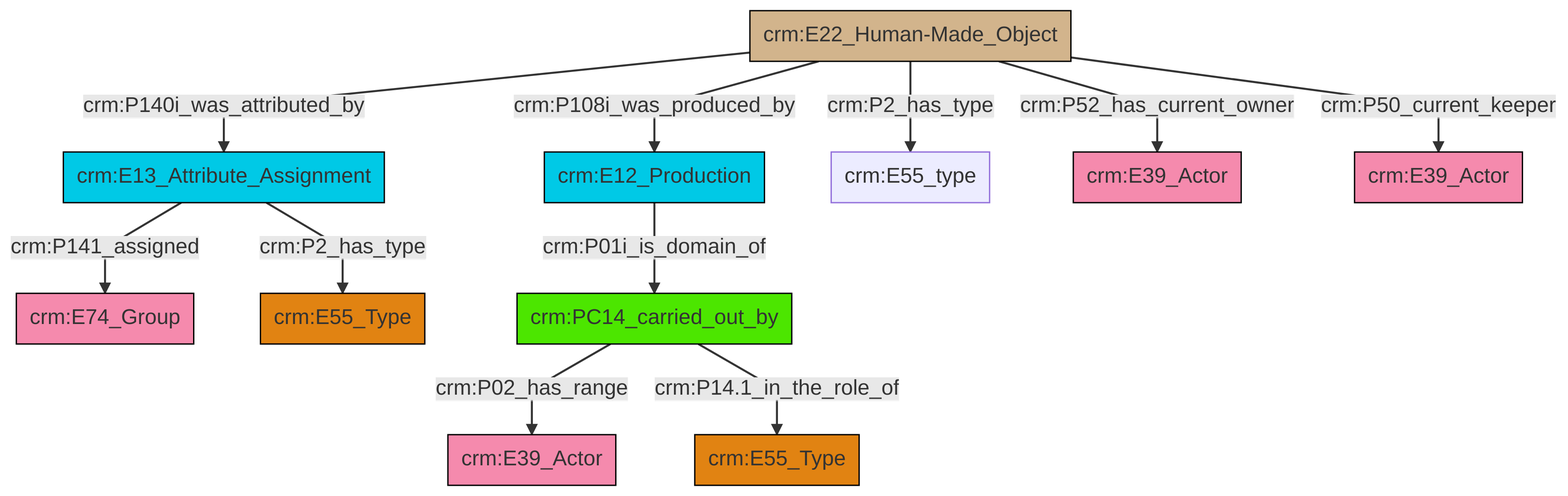
This is et/artworkCSV/ttl/mmd/png/Artwork_Actor_Relations.png from swiss-art-research-net/docs.swissartresearch, a Mermaid export, as it was before one commit. Its source is kept beside it as et/artworkCSV/ttl/mmd/Artwork_Actor_Relations.ttl.mmd.
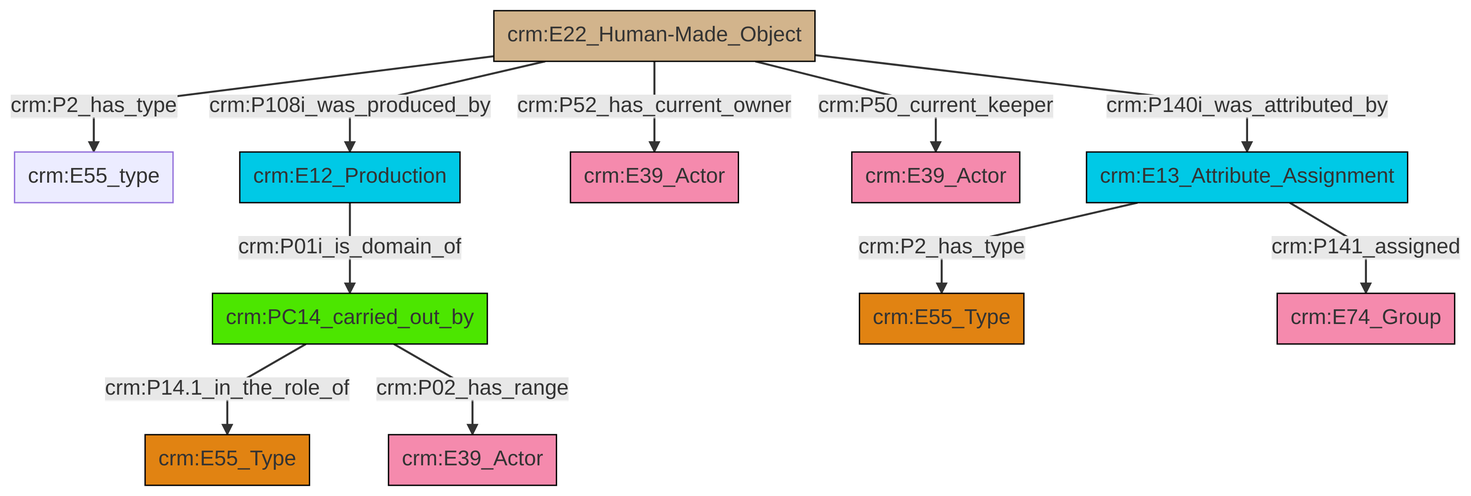
The same file after the commit.

The edit, as a diff of the source:
```diff
@@ -13,13 +13,13 @@
 classDef PC_Classes fill:#4ce600, stroke:#000000;
 classDef Multi fill:#cccccc,stroke:#000000;
 
-2["crm:E22_Human-Made_Object"]:::Physical_Thing -->|crm:P140i_was_attributed_by| 4["crm:E13_Attribute_Assignment"]:::Temporal_Entity
-2["crm:E22_Human-Made_Object"]:::Physical_Thing -->|crm:P108i_was_produced_by| 5["crm:E12_Production"]:::Temporal_Entity
-2["crm:E22_Human-Made_Object"]:::Physical_Thing -->|crm:P2_has_type| 9["crm:E55_type"]:::Default
-4["crm:E13_Attribute_Assignment"]:::Temporal_Entity -->|crm:P141_assigned| 14["crm:E74_Group"]:::Actor
-4["crm:E13_Attribute_Assignment"]:::Temporal_Entity -->|crm:P2_has_type| 0["crm:E55_Type"]:::Type
-5["crm:E12_Production"]:::Temporal_Entity -->|crm:P01i_is_domain_of| 7["crm:PC14_carried_out_by"]:::PC_Classes
-7["crm:PC14_carried_out_by"]:::PC_Classes -->|crm:P02_has_range| 12["crm:E39_Actor"]:::Actor
-7["crm:PC14_carried_out_by"]:::PC_Classes -->|crm:P14.1_in_the_role_of| 10["crm:E55_Type"]:::Type
-2["crm:E22_Human-Made_Object"]:::Physical_Thing -->|crm:P52_has_current_owner| 21["crm:E39_Actor"]:::Actor
-2["crm:E22_Human-Made_Object"]:::Physical_Thing -->|crm:P50_current_keeper| 19["crm:E39_Actor"]:::Actor
+4["crm:E22_Human-Made_Object"]:::Physical_Thing -->|crm:P2_has_type| 5["crm:E55_type"]:::Default
+10["crm:PC14_carried_out_by"]:::PC_Classes -->|crm:P14.1_in_the_role_of| 11["crm:E55_Type"]:::Type
+6["crm:E13_Attribute_Assignment"]:::Temporal_Entity -->|crm:P2_has_type| 12["crm:E55_Type"]:::Type
+15["crm:E12_Production"]:::Temporal_Entity -->|crm:P01i_is_domain_of| 10["crm:PC14_carried_out_by"]:::PC_Classes
+4["crm:E22_Human-Made_Object"]:::Physical_Thing -->|crm:P108i_was_produced_by| 15["crm:E12_Production"]:::Temporal_Entity
+4["crm:E22_Human-Made_Object"]:::Physical_Thing -->|crm:P52_has_current_owner| 2["crm:E39_Actor"]:::Actor
+4["crm:E22_Human-Made_Object"]:::Physical_Thing -->|crm:P50_current_keeper| 0["crm:E39_Actor"]:::Actor
+10["crm:PC14_carried_out_by"]:::PC_Classes -->|crm:P02_has_range| 19["crm:E39_Actor"]:::Actor
+6["crm:E13_Attribute_Assignment"]:::Temporal_Entity -->|crm:P141_assigned| 8["crm:E74_Group"]:::Actor
+4["crm:E22_Human-Made_Object"]:::Physical_Thing -->|crm:P140i_was_attributed_by| 6["crm:E13_Attribute_Assignment"]:::Temporal_Entity
```
